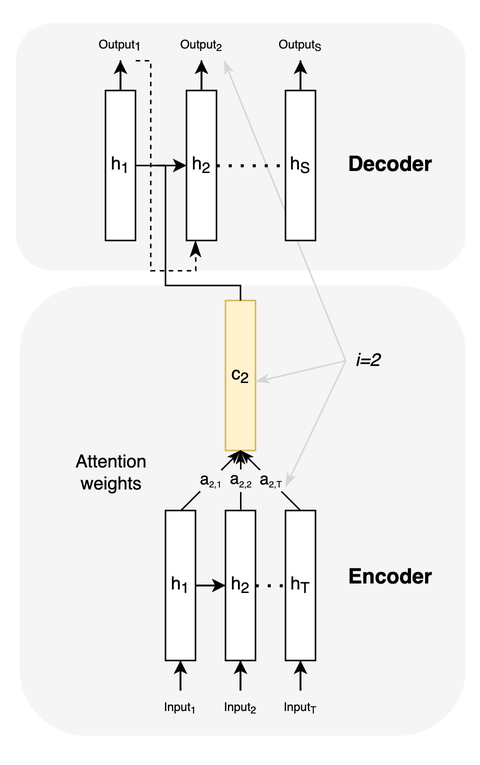
omseeth/omseeth.github.io keeps this draw.io diagram as assets/img/attention_seq_en.png. Above is the earlier version. Source tidied: cells renumbered, new cells last; positions are measured from the earlier drawing's top-left corner, leaving out a move shared by most shapes. The source it was exported from:
```xml
<mxGraphModel>
  <root>
    <mxCell id="0" />
    <mxCell id="1" parent="0" />
    <mxCell id="2" style="rounded=0;whiteSpace=wrap;html=1;strokeColor=none;" parent="1" vertex="1">
      <mxGeometry width="320" height="510" as="geometry" />
    </mxCell>
    <mxCell id="3" style="rounded=1;whiteSpace=wrap;html=1;fillColor=#f5f5f5;fontColor=#333333;strokeColor=none;labelBackgroundColor=#f5f5f5;" parent="1" vertex="1">
      <mxGeometry x="12.5" y="190" width="297.5" height="300" as="geometry" />
    </mxCell>
    <mxCell id="4" style="rounded=1;whiteSpace=wrap;html=1;fillColor=#f5f5f5;fontColor=#333333;strokeColor=none;" parent="1" vertex="1">
      <mxGeometry x="10" y="15" width="300" height="165" as="geometry" />
    </mxCell>
    <mxCell id="5" value="c&lt;sub&gt;2&lt;/sub&gt;" style="rounded=0;whiteSpace=wrap;html=1;fillColor=#fff2cc;strokeColor=#d6b656;" parent="1" vertex="1">
      <mxGeometry x="150" y="200" width="20" height="100" as="geometry" />
    </mxCell>
    <mxCell id="6" style="edgeStyle=orthogonalEdgeStyle;rounded=0;jettySize=auto;html=1;entryX=0;entryY=0.5;entryDx=0;entryDy=0;" parent="1" edge="1" source="7" target="8">
      <mxGeometry relative="1" as="geometry" />
    </mxCell>
    <mxCell id="7" value="h&lt;sub&gt;1&lt;/sub&gt;" style="rounded=0;whiteSpace=wrap;html=1;" parent="1" vertex="1">
      <mxGeometry x="110" y="340" width="20" height="100" as="geometry" />
    </mxCell>
    <mxCell id="8" value="h&lt;sub&gt;2&lt;/sub&gt;" style="rounded=0;whiteSpace=wrap;html=1;" parent="1" vertex="1">
      <mxGeometry x="150" y="340" width="20" height="100" as="geometry" />
    </mxCell>
    <mxCell id="9" value="h&lt;sub&gt;T&lt;/sub&gt;" style="rounded=0;whiteSpace=wrap;html=1;" parent="1" vertex="1">
      <mxGeometry x="190" y="340" width="20" height="100" as="geometry" />
    </mxCell>
    <mxCell id="10" style="endArrow=classicThin;html=1;rounded=0;entryX=0.5;entryY=1;entryDx=0;entryDy=0;exitX=0.5;exitY=0;exitDx=0;exitDy=0;exitPerimeter=0;endFill=1;" parent="1" edge="1" source="7" target="5">
      <mxGeometry relative="1" as="geometry" />
    </mxCell>
    <mxCell id="11" value="a&lt;font size=&quot;1&quot;&gt;&lt;sub&gt;&lt;font style=&quot;font-size: 6px;&quot;&gt;2,1&lt;/font&gt;&lt;/sub&gt;&lt;/font&gt;" style="edgeLabel;html=1;align=center;verticalAlign=middle;labelBackgroundColor=#F5F5F5;" parent="10" vertex="1">
      <mxGeometry relative="1" as="geometry" />
    </mxCell>
    <mxCell id="12" style="endArrow=classicThin;html=1;rounded=0;entryX=0.5;entryY=1;entryDx=0;entryDy=0;endFill=1;" parent="1" edge="1" target="5">
      <mxGeometry relative="1" as="geometry">
        <mxPoint x="160" y="339.3" as="sourcePoint" />
      </mxGeometry>
    </mxCell>
    <mxCell id="13" value="a&lt;sub&gt;&lt;font style=&quot;font-size: 6px;&quot;&gt;2,2&lt;/font&gt;&lt;/sub&gt;" style="edgeLabel;html=1;align=center;verticalAlign=middle;labelBackgroundColor=#F5F5F5;" parent="12" vertex="1">
      <mxGeometry relative="1" as="geometry" />
    </mxCell>
    <mxCell id="14" style="endArrow=classicThin;html=1;rounded=0;entryX=0.5;entryY=1;entryDx=0;entryDy=0;exitX=0.5;exitY=0;exitDx=0;exitDy=0;endFill=1;" parent="1" edge="1" source="9" target="5">
      <mxGeometry relative="1" as="geometry" />
    </mxCell>
    <mxCell id="15" value="a&lt;font size=&quot;1&quot;&gt;&lt;sub&gt;&lt;font style=&quot;font-size: 6px;&quot;&gt;2,T&lt;/font&gt;&lt;/sub&gt;&lt;/font&gt;" style="edgeLabel;html=1;align=center;verticalAlign=middle;labelBackgroundColor=#F5F5F5;" parent="14" vertex="1">
      <mxGeometry relative="1" as="geometry" />
    </mxCell>
    <mxCell id="16" value="Attention weights" style="text;html=1;align=center;verticalAlign=middle;whiteSpace=wrap;rounded=0;" parent="1" vertex="1">
      <mxGeometry x="44" y="300" width="60" height="30" as="geometry" />
    </mxCell>
    <mxCell id="17" value="&lt;i&gt;i=2&lt;/i&gt;" style="text;html=1;align=center;verticalAlign=middle;whiteSpace=wrap;rounded=0;" parent="1" vertex="1">
      <mxGeometry x="230" y="230" width="30" height="20" as="geometry" />
    </mxCell>
    <mxCell id="18" style="endArrow=classicThin;html=1;rounded=0;endFill=1;strokeColor=#D6D6D6;exitX=0;exitY=0.5;exitDx=0;exitDy=0;" parent="1" edge="1" source="17">
      <mxGeometry relative="1" as="geometry">
        <mxPoint x="190" y="324.1" as="targetPoint" />
      </mxGeometry>
    </mxCell>
    <mxCell id="19" style="edgeStyle=orthogonalEdgeStyle;rounded=0;jettySize=auto;html=1;entryX=0.5;entryY=1;entryDx=0;entryDy=0;" parent="1" edge="1" source="20" target="7">
      <mxGeometry relative="1" as="geometry" />
    </mxCell>
    <mxCell id="20" value="&lt;font style=&quot;font-size: 8px;&quot;&gt;Input&lt;sub&gt;1&lt;/sub&gt;&lt;/font&gt;" style="text;html=1;align=center;verticalAlign=middle;whiteSpace=wrap;rounded=0;" parent="1" vertex="1">
      <mxGeometry x="90" y="460" width="60" height="20" as="geometry" />
    </mxCell>
    <mxCell id="21" style="edgeStyle=orthogonalEdgeStyle;rounded=0;jettySize=auto;html=1;entryX=0.5;entryY=1;entryDx=0;entryDy=0;" parent="1" edge="1" source="22" target="8">
      <mxGeometry relative="1" as="geometry" />
    </mxCell>
    <mxCell id="22" value="&lt;font style=&quot;font-size: 8px;&quot;&gt;Input&lt;sub&gt;2&lt;/sub&gt;&lt;/font&gt;" style="text;html=1;align=center;verticalAlign=middle;whiteSpace=wrap;rounded=0;" parent="1" vertex="1">
      <mxGeometry x="130" y="460" width="60" height="20" as="geometry" />
    </mxCell>
    <mxCell id="23" style="edgeStyle=orthogonalEdgeStyle;rounded=0;jettySize=auto;html=1;entryX=0.5;entryY=1;entryDx=0;entryDy=0;" parent="1" edge="1" source="24" target="9">
      <mxGeometry relative="1" as="geometry" />
    </mxCell>
    <mxCell id="24" value="&lt;font style=&quot;font-size: 8px;&quot;&gt;Input&lt;sub&gt;T&lt;/sub&gt;&lt;/font&gt;" style="text;html=1;align=center;verticalAlign=middle;whiteSpace=wrap;rounded=0;" parent="1" vertex="1">
      <mxGeometry x="170" y="460" width="60" height="20" as="geometry" />
    </mxCell>
    <mxCell id="25" style="endArrow=classicThin;html=1;rounded=0;endFill=1;strokeColor=#D6D6D6;" parent="1" edge="1">
      <mxGeometry relative="1" as="geometry">
        <mxPoint x="230" y="240" as="sourcePoint" />
        <mxPoint x="170" y="254.1" as="targetPoint" />
      </mxGeometry>
    </mxCell>
    <mxCell id="26" style="edgeStyle=orthogonalEdgeStyle;rounded=0;jettySize=auto;html=1;entryX=0;entryY=0.5;entryDx=0;entryDy=0;" parent="1" edge="1" source="28" target="31">
      <mxGeometry relative="1" as="geometry" />
    </mxCell>
    <mxCell id="27" style="edgeStyle=orthogonalEdgeStyle;rounded=0;jettySize=auto;html=1;entryX=0.5;entryY=1;entryDx=0;entryDy=0;" parent="1" edge="1" source="28" target="35">
      <mxGeometry relative="1" as="geometry" />
    </mxCell>
    <mxCell id="28" value="h&lt;sub&gt;1&lt;/sub&gt;" style="rounded=0;whiteSpace=wrap;html=1;" parent="1" vertex="1">
      <mxGeometry x="70" y="60" width="20" height="100" as="geometry" />
    </mxCell>
    <mxCell id="29" style="edgeStyle=orthogonalEdgeStyle;rounded=0;jettySize=auto;html=1;entryX=0.5;entryY=1;entryDx=0;entryDy=0;" parent="1" edge="1" source="31" target="36">
      <mxGeometry relative="1" as="geometry" />
    </mxCell>
    <mxCell id="30" style="endArrow=classicThin;html=1;rounded=0;endFill=1;strokeColor=#D6D6D6;exitX=0;exitY=0.5;exitDx=0;exitDy=0;entryX=0.75;entryY=1;entryDx=0;entryDy=0;" parent="1" edge="1" source="17" target="36">
      <mxGeometry relative="1" as="geometry" />
    </mxCell>
    <mxCell id="31" value="h&lt;sub&gt;2&lt;/sub&gt;" style="rounded=0;whiteSpace=wrap;html=1;" parent="1" vertex="1">
      <mxGeometry x="124" y="60" width="20" height="100" as="geometry" />
    </mxCell>
    <mxCell id="32" style="edgeStyle=orthogonalEdgeStyle;rounded=0;jettySize=auto;html=1;entryX=0.5;entryY=1;entryDx=0;entryDy=0;" parent="1" edge="1" source="33" target="37">
      <mxGeometry relative="1" as="geometry" />
    </mxCell>
    <mxCell id="33" value="h&lt;sub&gt;S&lt;/sub&gt;" style="rounded=0;whiteSpace=wrap;html=1;" parent="1" vertex="1">
      <mxGeometry x="190" y="60" width="20" height="100" as="geometry" />
    </mxCell>
    <mxCell id="34" style="endArrow=none;dashed=1;html=1;dashPattern=1 3;strokeWidth=2;rounded=0;entryX=0;entryY=0.5;entryDx=0;entryDy=0;" parent="1" edge="1" target="9">
      <mxGeometry relative="1" as="geometry">
        <mxPoint x="170" y="390" as="sourcePoint" />
      </mxGeometry>
    </mxCell>
    <mxCell id="35" value="Output&lt;sub style=&quot;font-size: 8px;&quot;&gt;1&lt;/sub&gt;" style="text;html=1;align=center;verticalAlign=middle;whiteSpace=wrap;rounded=0;fontSize=8;" parent="1" vertex="1">
      <mxGeometry x="50" y="20" width="60" height="20" as="geometry" />
    </mxCell>
    <mxCell id="36" value="Output&lt;sub&gt;2&lt;/sub&gt;" style="text;html=1;align=center;verticalAlign=middle;whiteSpace=wrap;rounded=0;fontSize=8;" parent="1" vertex="1">
      <mxGeometry x="104" y="20" width="60" height="20" as="geometry" />
    </mxCell>
    <mxCell id="37" value="Output&lt;sub&gt;S&lt;/sub&gt;" style="text;html=1;align=center;verticalAlign=middle;whiteSpace=wrap;rounded=0;fontSize=8;" parent="1" vertex="1">
      <mxGeometry x="170" y="20" width="60" height="20" as="geometry" />
    </mxCell>
    <mxCell id="38" style="edgeStyle=segmentEdgeStyle;endArrow=classicThin;html=1;curved=0;rounded=0;endSize=8;startSize=8;endFill=1;dashed=1;" parent="1" edge="1">
      <mxGeometry relative="1" as="geometry">
        <mxPoint x="90" y="40" as="sourcePoint" />
        <mxPoint x="130" y="160" as="targetPoint" />
        <Array as="points">
          <mxPoint x="100" y="40" />
          <mxPoint x="100" y="180" />
          <mxPoint x="130" y="180" />
          <mxPoint x="130" y="166" />
        </Array>
      </mxGeometry>
    </mxCell>
    <mxCell id="39" style="edgeStyle=elbowEdgeStyle;elbow=vertical;endArrow=none;html=1;curved=0;rounded=0;endSize=8;startSize=8;endFill=0;exitX=0.5;exitY=0;exitDx=0;exitDy=0;" parent="1" edge="1" source="5">
      <mxGeometry relative="1" as="geometry">
        <mxPoint x="110" y="110" as="targetPoint" />
        <Array as="points">
          <mxPoint x="130" y="190" />
        </Array>
      </mxGeometry>
    </mxCell>
    <mxCell id="40" value="&lt;font size=&quot;1&quot;&gt;&lt;b style=&quot;font-size: 14px;&quot;&gt;Encoder&lt;/b&gt;&lt;/font&gt;" style="text;html=1;align=center;verticalAlign=middle;whiteSpace=wrap;rounded=0;" parent="1" vertex="1">
      <mxGeometry x="230" y="370" width="60" height="30" as="geometry" />
    </mxCell>
    <mxCell id="41" value="&lt;font size=&quot;1&quot;&gt;&lt;b style=&quot;font-size: 14px;&quot;&gt;Decoder&lt;/b&gt;&lt;/font&gt;" style="text;html=1;align=center;verticalAlign=middle;whiteSpace=wrap;rounded=0;" parent="1" vertex="1">
      <mxGeometry x="230" y="95" width="60" height="30" as="geometry" />
    </mxCell>
    <mxCell id="42" style="endArrow=none;dashed=1;html=1;dashPattern=1 3;strokeWidth=2;rounded=0;entryX=0;entryY=0.5;entryDx=0;entryDy=0;" parent="1" edge="1" target="33">
      <mxGeometry relative="1" as="geometry">
        <mxPoint x="144" y="110" as="sourcePoint" />
      </mxGeometry>
    </mxCell>
  </root>
</mxGraphModel>
```
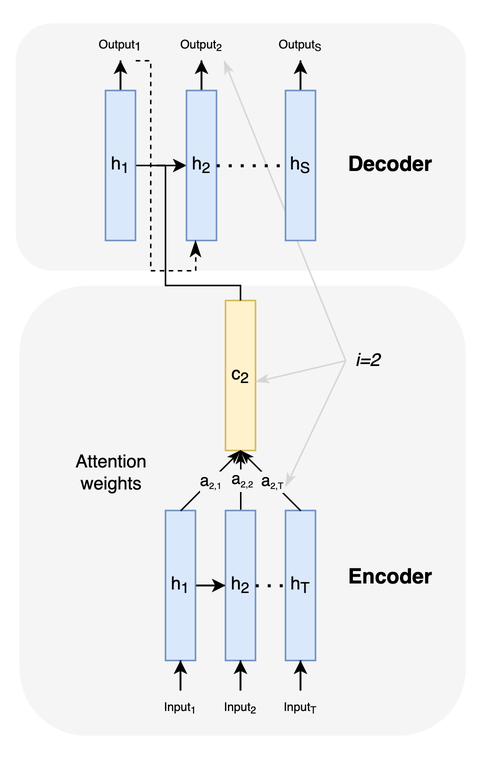
Above is the later version.

Change to the diagram source:
```diff
@@ -17,13 +17,13 @@
     <mxCell id="6" style="edgeStyle=orthogonalEdgeStyle;rounded=0;jettySize=auto;html=1;entryX=0;entryY=0.5;entryDx=0;entryDy=0;" parent="1" edge="1" source="7" target="8">
       <mxGeometry relative="1" as="geometry" />
     </mxCell>
-    <mxCell id="7" value="h&lt;sub&gt;1&lt;/sub&gt;" style="rounded=0;whiteSpace=wrap;html=1;" parent="1" vertex="1">
+    <mxCell id="7" value="h&lt;sub&gt;1&lt;/sub&gt;" style="rounded=0;whiteSpace=wrap;html=1;fillColor=#dae8fc;strokeColor=#6c8ebf;" parent="1" vertex="1">
       <mxGeometry x="110" y="340" width="20" height="100" as="geometry" />
     </mxCell>
-    <mxCell id="8" value="h&lt;sub&gt;2&lt;/sub&gt;" style="rounded=0;whiteSpace=wrap;html=1;" parent="1" vertex="1">
+    <mxCell id="8" value="h&lt;sub&gt;2&lt;/sub&gt;" style="rounded=0;whiteSpace=wrap;html=1;fillColor=#dae8fc;strokeColor=#6c8ebf;" parent="1" vertex="1">
       <mxGeometry x="150" y="340" width="20" height="100" as="geometry" />
     </mxCell>
-    <mxCell id="9" value="h&lt;sub&gt;T&lt;/sub&gt;" style="rounded=0;whiteSpace=wrap;html=1;" parent="1" vertex="1">
+    <mxCell id="9" value="h&lt;sub&gt;T&lt;/sub&gt;" style="rounded=0;whiteSpace=wrap;html=1;fillColor=#dae8fc;strokeColor=#6c8ebf;" parent="1" vertex="1">
       <mxGeometry x="190" y="340" width="20" height="100" as="geometry" />
     </mxCell>
     <mxCell id="10" style="endArrow=classicThin;html=1;rounded=0;entryX=0.5;entryY=1;entryDx=0;entryDy=0;exitX=0.5;exitY=0;exitDx=0;exitDy=0;exitPerimeter=0;endFill=1;" parent="1" edge="1" source="7" target="5">
@@ -87,7 +87,7 @@
     <mxCell id="27" style="edgeStyle=orthogonalEdgeStyle;rounded=0;jettySize=auto;html=1;entryX=0.5;entryY=1;entryDx=0;entryDy=0;" parent="1" edge="1" source="28" target="35">
       <mxGeometry relative="1" as="geometry" />
     </mxCell>
-    <mxCell id="28" value="h&lt;sub&gt;1&lt;/sub&gt;" style="rounded=0;whiteSpace=wrap;html=1;" parent="1" vertex="1">
+    <mxCell id="28" value="h&lt;sub&gt;1&lt;/sub&gt;" style="rounded=0;whiteSpace=wrap;html=1;fillColor=#dae8fc;strokeColor=#6c8ebf;" parent="1" vertex="1">
       <mxGeometry x="70" y="60" width="20" height="100" as="geometry" />
     </mxCell>
     <mxCell id="29" style="edgeStyle=orthogonalEdgeStyle;rounded=0;jettySize=auto;html=1;entryX=0.5;entryY=1;entryDx=0;entryDy=0;" parent="1" edge="1" source="31" target="36">
@@ -96,13 +96,13 @@
     <mxCell id="30" style="endArrow=classicThin;html=1;rounded=0;endFill=1;strokeColor=#D6D6D6;exitX=0;exitY=0.5;exitDx=0;exitDy=0;entryX=0.75;entryY=1;entryDx=0;entryDy=0;" parent="1" edge="1" source="17" target="36">
       <mxGeometry relative="1" as="geometry" />
     </mxCell>
-    <mxCell id="31" value="h&lt;sub&gt;2&lt;/sub&gt;" style="rounded=0;whiteSpace=wrap;html=1;" parent="1" vertex="1">
+    <mxCell id="31" value="h&lt;sub&gt;2&lt;/sub&gt;" style="rounded=0;whiteSpace=wrap;html=1;fillColor=#dae8fc;strokeColor=#6c8ebf;" parent="1" vertex="1">
       <mxGeometry x="124" y="60" width="20" height="100" as="geometry" />
     </mxCell>
     <mxCell id="32" style="edgeStyle=orthogonalEdgeStyle;rounded=0;jettySize=auto;html=1;entryX=0.5;entryY=1;entryDx=0;entryDy=0;" parent="1" edge="1" source="33" target="37">
       <mxGeometry relative="1" as="geometry" />
     </mxCell>
-    <mxCell id="33" value="h&lt;sub&gt;S&lt;/sub&gt;" style="rounded=0;whiteSpace=wrap;html=1;" parent="1" vertex="1">
+    <mxCell id="33" value="h&lt;sub&gt;S&lt;/sub&gt;" style="rounded=0;whiteSpace=wrap;html=1;fillColor=#dae8fc;strokeColor=#6c8ebf;" parent="1" vertex="1">
       <mxGeometry x="190" y="60" width="20" height="100" as="geometry" />
     </mxCell>
     <mxCell id="34" style="endArrow=none;dashed=1;html=1;dashPattern=1 3;strokeWidth=2;rounded=0;entryX=0;entryY=0.5;entryDx=0;entryDy=0;" parent="1" edge="1" target="9">
```
